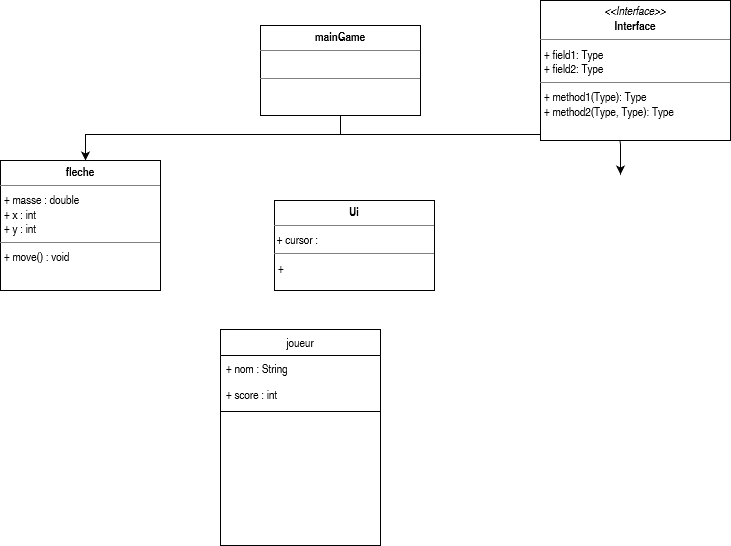
Above: UMLDiagram.png in vbard1/mini-projet-2 (draw.io), before the change. Source tidied: cells renumbered, new cells last; positions are measured from the earlier drawing's top-left corner, leaving out a move shared by most shapes.
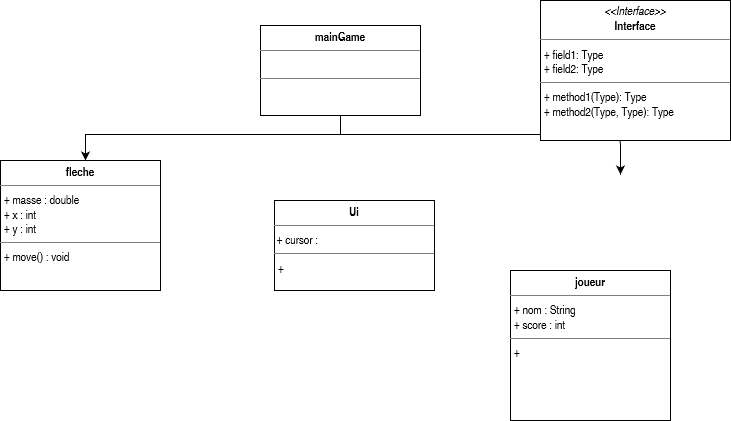
After the commit.

The edit, as a diff of the source:
```diff
@@ -12,18 +12,6 @@
         </Array>
       </mxGeometry>
     </mxCell>
-    <mxCell id="3" value="joueur" style="swimlane;fontStyle=0;align=center;verticalAlign=top;horizontal=1;startSize=26;rounded=0;shadow=0;strokeWidth=1;" parent="1" vertex="1">
-      <mxGeometry x="220" y="329" width="160" height="216" as="geometry" />
-    </mxCell>
-    <mxCell id="4" value="+ nom : String" style="text;align=left;verticalAlign=top;spacingLeft=4;spacingRight=4;overflow=hidden;" parent="3" vertex="1">
-      <mxGeometry y="26" width="160" height="26" as="geometry" />
-    </mxCell>
-    <mxCell id="5" value="+ score : int" style="text;align=left;verticalAlign=top;spacingLeft=4;spacingRight=4;overflow=hidden;rounded=0;shadow=0;html=0;" parent="3" vertex="1">
-      <mxGeometry y="52" width="160" height="26" as="geometry" />
-    </mxCell>
-    <mxCell id="6" style="line;html=1;strokeWidth=1;align=left;verticalAlign=middle;spacingTop=-1;spacingLeft=3;spacingRight=3;labelPosition=right;" parent="3" vertex="1">
-      <mxGeometry y="78" width="160" height="8" as="geometry" />
-    </mxCell>
     <mxCell id="7" style="edgeStyle=orthogonalEdgeStyle;rounded=0;orthogonalLoop=1;jettySize=auto;html=1;" parent="1" edge="1">
       <mxGeometry relative="1" as="geometry">
         <mxPoint x="280" y="259" as="targetPoint" />
@@ -51,5 +39,8 @@
     <mxCell id="12" value="&lt;p style=&quot;margin: 0px ; margin-top: 4px ; text-align: center&quot;&gt;&lt;b&gt;Ui&lt;/b&gt;&lt;br&gt;&lt;/p&gt;&lt;hr size=&quot;1&quot;&gt;&amp;nbsp;+ cursor : &lt;br&gt;&lt;hr size=&quot;1&quot;&gt;&lt;p style=&quot;margin: 0px ; margin-left: 4px&quot;&gt;+&lt;/p&gt;" style="verticalAlign=top;align=left;overflow=fill;fontSize=12;fontFamily=Helvetica;html=1;" parent="1" vertex="1">
       <mxGeometry x="274" y="200" width="160" height="90" as="geometry" />
     </mxCell>
+    <mxCell id="13" value="&lt;p style=&quot;margin: 0px ; margin-top: 4px ; text-align: center&quot;&gt;&lt;b&gt;joueur&lt;/b&gt;&lt;br&gt;&lt;/p&gt;&lt;hr size=&quot;1&quot;&gt;&lt;p style=&quot;margin: 0px ; margin-left: 4px&quot;&gt;+ nom : String&lt;/p&gt;&lt;p style=&quot;margin: 0px ; margin-left: 4px&quot;&gt;+ score : int&lt;/p&gt;&lt;hr size=&quot;1&quot;&gt;&lt;p style=&quot;margin: 0px ; margin-left: 4px&quot;&gt;+&lt;br&gt;&lt;/p&gt;" style="verticalAlign=top;align=left;overflow=fill;fontSize=12;fontFamily=Helvetica;html=1;" parent="1" vertex="1">
+      <mxGeometry x="510" y="270" width="160" height="150" as="geometry" />
+    </mxCell>
   </root>
 </mxGraphModel>
```
